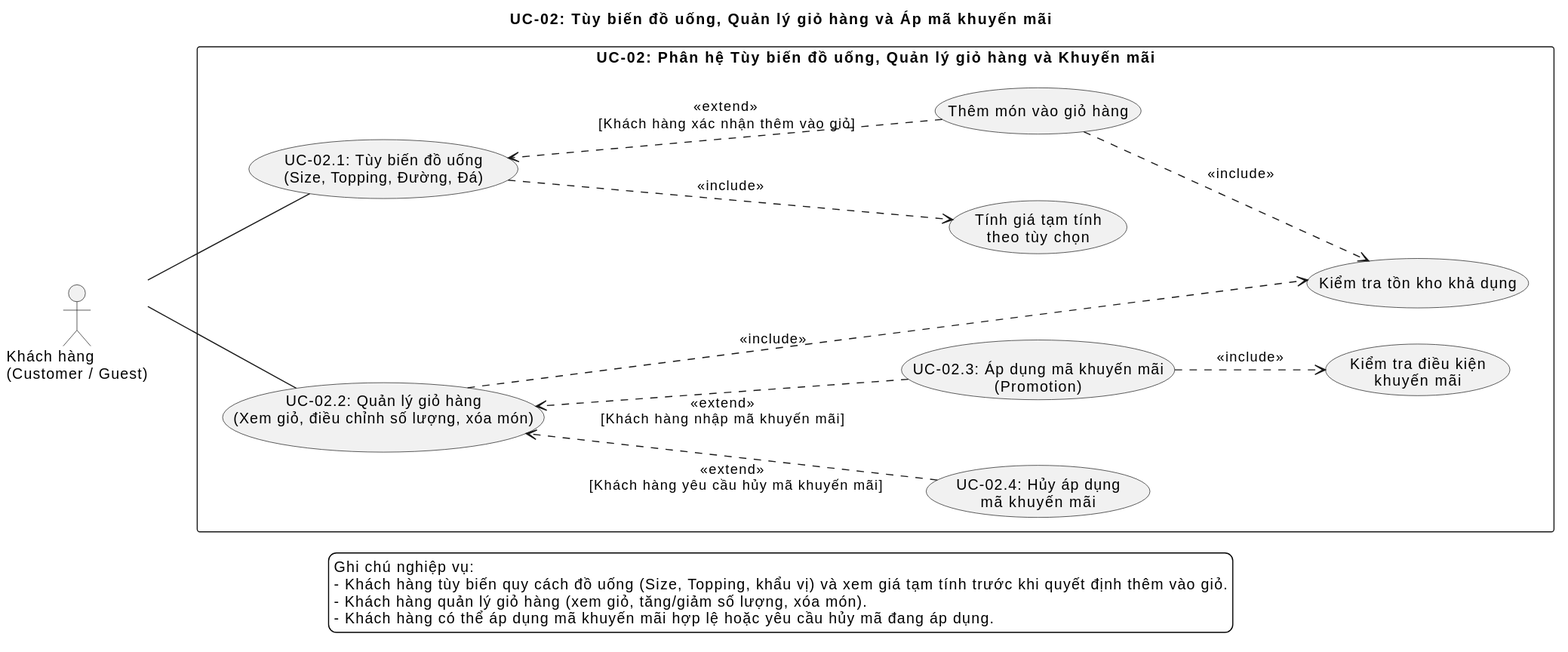
This is docs/diagrams/uc-02-cart-promotion.svg from SamuiSang/brewlite2, a PlantUML export, as it was before one commit. Its source is kept beside it as docs/diagrams/uc-02-cart-promotion.puml.
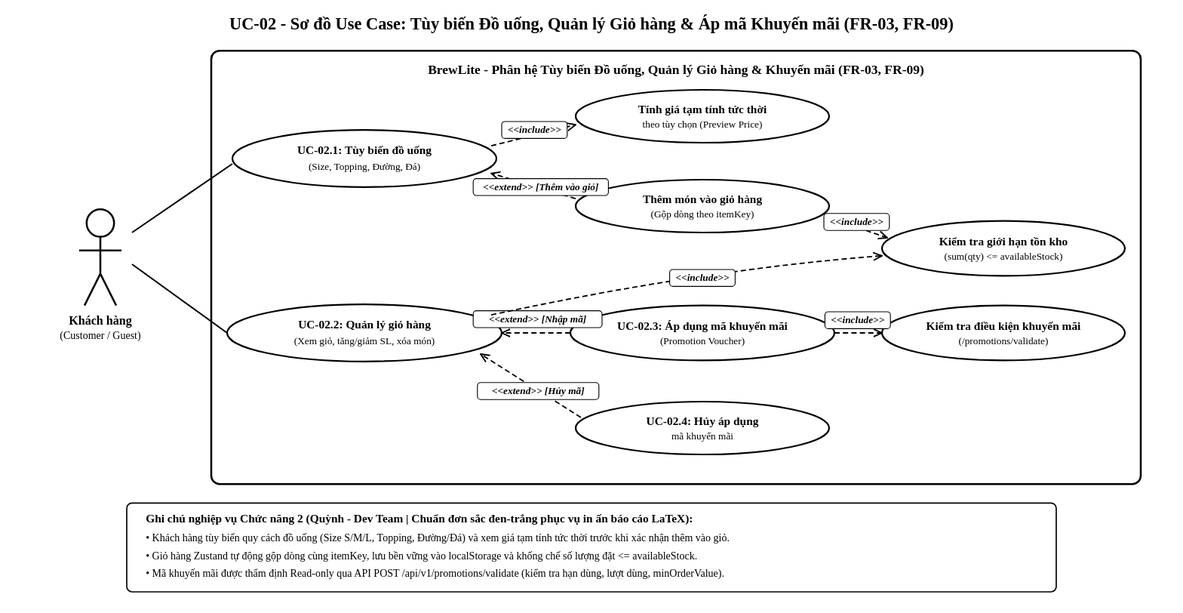
Above is the later version.

Change to the diagram source:
```diff
@@ -1,51 +1,45 @@
 @startuml uc-02-cart-promotion
+title UC-02 - Sơ đồ Use Case: Tùy biến Đồ uống, Quản lý Giỏ hàng & Áp mã Khuyến mãi (FR-03, FR-09)
+
 left to right direction
 skinparam monochrome true
 skinparam shadowing false
-skinparam defaultFontName SansSerif
+skinparam defaultFontName "Segoe UI", "Arial", sans-serif
 skinparam backgroundColor white
 skinparam packageStyle rectangle
 
-title UC-02: Tùy biến đồ uống, Quản lý giỏ hàng và Áp mã khuyến mãi
-
 actor "Khách hàng\n(Customer / Guest)" as Customer
 
-rectangle "UC-02: Phân hệ Tùy biến đồ uống, Quản lý giỏ hàng và Khuyến mãi" {
-  together {
-    usecase "UC-02.1: Tùy biến đồ uống\n(Size, Topping, Đường, Đá)" as UC_Customize
-    usecase "Tính giá tạm tính\ntheo tùy chọn" as UC_CalcPrice
-    usecase "Thêm món vào giỏ hàng" as UC_AddToCart
-  }
+rectangle "BrewLite - Phân hệ Tùy biến Đồ uống, Quản lý Giỏ hàng & Khuyến mãi (FR-03, FR-09)" {
+  usecase "UC-02.1: Tùy biến đồ uống\n(Size, Topping, Đường, Đá)" as UC_Customize
+  usecase "Tính giá tạm tính tức thời\ntheo tùy chọn (Preview Price)" as UC_CalcPrice
+  usecase "Thêm món vào giỏ hàng\n(Gộp dòng theo itemKey)" as UC_AddToCart
 
-  together {
-    usecase "UC-02.2: Quản lý giỏ hàng\n(Xem giỏ, điều chỉnh số lượng, xóa món)" as UC_ManageCart
-    usecase "UC-02.4: Hủy áp dụng\nmã khuyến mãi" as UC_RemovePromo
-    usecase "UC-02.3: Áp dụng mã khuyến mãi\n(Promotion)" as UC_ApplyPromo
-  }
+  usecase "UC-02.2: Quản lý giỏ hàng\n(Xem giỏ, tăng/giảm SL, xóa món)" as UC_ManageCart
+  usecase "UC-02.3: Áp dụng mã khuyến mãi\n(Promotion Voucher)" as UC_ApplyPromo
+  usecase "UC-02.4: Hủy áp dụng\nmã khuyến mãi" as UC_RemovePromo
 
-  together {
-    usecase "Kiểm tra tồn kho khả dụng" as UC_CheckStock
-    usecase "Kiểm tra điều kiện\nkhuyến mãi" as UC_ValidatePromo
-  }
+  usecase "Kiểm tra giới hạn tồn kho khả dụng\n(sum(qty) <= availableStock)" as UC_CheckStock
+  usecase "Thẩm định điều kiện khuyến mãi\n(POST /api/v1/promotions/validate)" as UC_ValidatePromo
 
   Customer -- UC_Customize
   Customer -- UC_ManageCart
 
   UC_Customize ..> UC_CalcPrice : <<include>>
-  UC_Customize <.. UC_AddToCart : <<extend>>\n[Khách hàng xác nhận thêm vào giỏ]
+  UC_Customize <.. UC_AddToCart : <<extend>>\n[Xác nhận thêm vào giỏ]
   UC_AddToCart ..> UC_CheckStock : <<include>>
 
   UC_ManageCart ..> UC_CheckStock : <<include>>
-  UC_ManageCart <.. UC_RemovePromo : <<extend>>\n[Khách hàng yêu cầu hủy mã khuyến mãi]
-  UC_ManageCart <.. UC_ApplyPromo : <<extend>>\n[Khách hàng nhập mã khuyến mãi]
+  UC_ManageCart <.. UC_ApplyPromo : <<extend>>\n[Nhập mã khuyến mãi]
+  UC_ManageCart <.. UC_RemovePromo : <<extend>>\n[Yêu cầu hủy mã]
 
   UC_ApplyPromo ..> UC_ValidatePromo : <<include>>
 }
 
 legend bottom
-  Ghi chú nghiệp vụ:
-  - Khách hàng tùy biến quy cách đồ uống (Size, Topping, khẩu vị) và xem giá tạm tính trước khi quyết định thêm vào giỏ.
-  - Khách hàng quản lý giỏ hàng (xem giỏ, tăng/giảm số lượng, xóa món).
-  - Khách hàng có thể áp dụng mã khuyến mãi hợp lệ hoặc yêu cầu hủy mã đang áp dụng.
+  Ghi chú nghiệp vụ Chức năng 2 (Quỳnh - Dev Team | Chuẩn đơn sắc đen-trắng):
+  • Khách hàng tùy biến quy cách đồ uống (Size S/M/L, Topping, Đường/Đá) và xem giá tạm tính tức thời trước khi xác nhận thêm vào giỏ.
+  • Giỏ hàng Zustand tự động gộp dòng cùng itemKey, lưu bền vững vào localStorage và khống chế số lượng đặt <= availableStock.
+  • Mã khuyến mãi được thẩm định Read-only qua API POST /api/v1/promotions/validate (kiểm tra hạn dùng, lượt dùng, minOrderValue).
 endlegend
 @enduml
```
